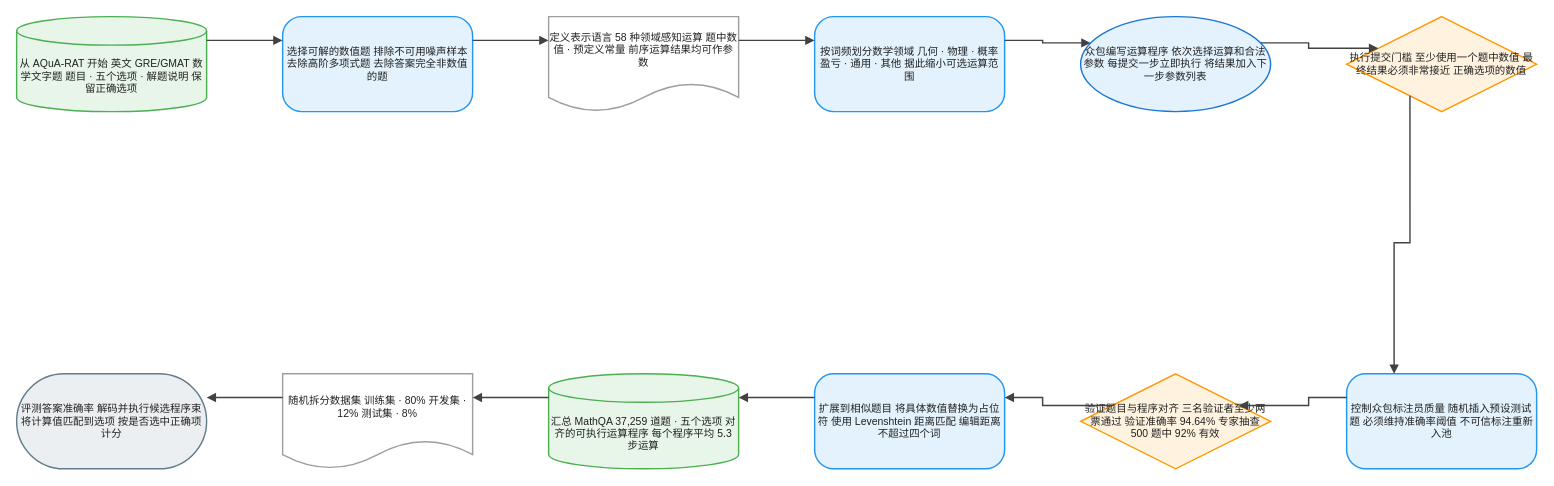
Before: client/public/drawio/MATHQA/MATHQA.zh.drawio in joe1chief/benchmark-hub, a draw.io diagram. Source tidied: cells renumbered, new cells numbered last; positions are measured from the earlier drawing's top-left corner, leaving out a move shared by most shapes. Both pictures are drawn from the tidied source at 95%, with x=0, y=0 at pixel (16, 16).
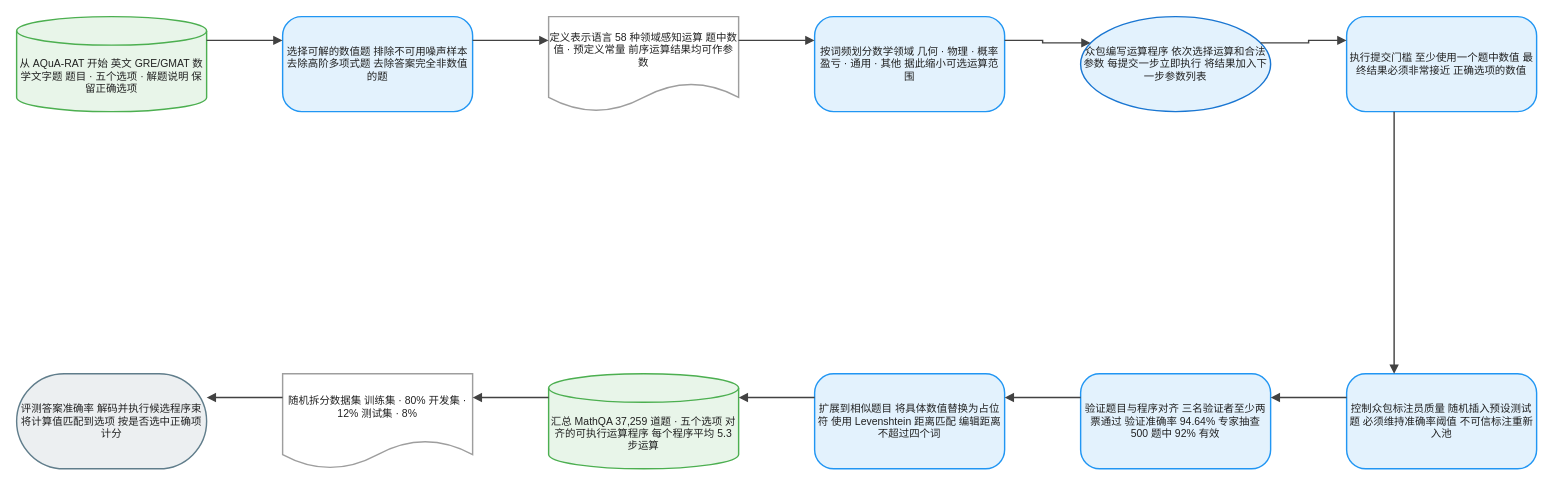
After the change.

Diff of the diagram source:
```diff
@@
-    <mxCell id="7" value="执行提交门槛 至少使用一个题中数值 最终结果必须非常接近 正确选项的数值" style="rhombus;html=1;whiteSpace=wrap;fillColor=#FFF3E0;strokeColor=#FF9800;strokeWidth=1.5;fontColor=#212121;fontSize=11;fontFamily=Arial, Helvetica, sans-serif;verticalAlign=middle;align=center;" parent="1" vertex="1">
+    <mxCell id="7" value="执行提交门槛 至少使用一个题中数值 最终结果必须非常接近 正确选项的数值" style="rounded=1;arcSize=20;html=1;whiteSpace=wrap;fillColor=#E3F2FD;strokeColor=#2196F3;strokeWidth=1.5;fontColor=#212121;fontSize=11;fontFamily=Arial, Helvetica, sans-serif;verticalAlign=middle;align=center;" parent="1" vertex="1">
       <mxGeometry x="1400" width="200" height="100" as="geometry" />
     </mxCell>
@@
-    <mxCell id="9" value="验证题目与程序对齐 三名验证者至少两票通过 验证准确率 94.64% 专家抽查 500 题中 92% 有效" style="rhombus;html=1;whiteSpace=wrap;fillColor=#FFF3E0;strokeColor=#FF9800;strokeWidth=1.5;fontColor=#212121;fontSize=11;fontFamily=Arial, Helvetica, sans-serif;verticalAlign=middle;align=center;" parent="1" vertex="1">
+    <mxCell id="9" value="验证题目与程序对齐 三名验证者至少两票通过 验证准确率 94.64% 专家抽查 500 题中 92% 有效" style="rounded=1;arcSize=20;html=1;whiteSpace=wrap;fillColor=#E3F2FD;strokeColor=#2196F3;strokeWidth=1.5;fontColor=#212121;fontSize=11;fontFamily=Arial, Helvetica, sans-serif;verticalAlign=middle;align=center;" parent="1" vertex="1">
       <mxGeometry x="1120" y="376" width="200" height="100" as="geometry" />
     </mxCell>
```
